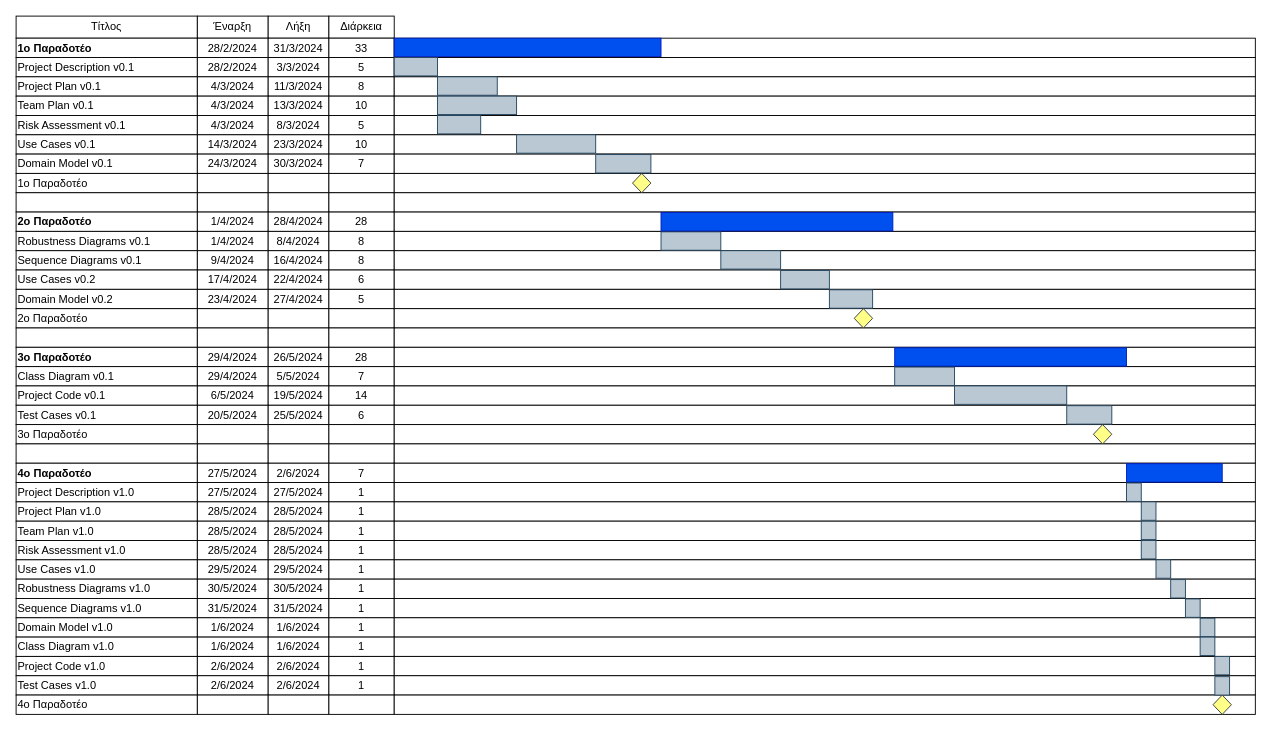
Earlier version of the draw.io diagram NOTES/TL-2024-Team-Plan-Gantt-time-v0.1.drawio (Nektar24/software-engineering). Source tidied: cells renumbered, new cells numbered last; positions are measured from the earlier drawing's top-left corner, leaving out a move shared by most shapes. Both pictures are drawn from the tidied source at 92%, with x=0, y=0 at pixel (16, 16).
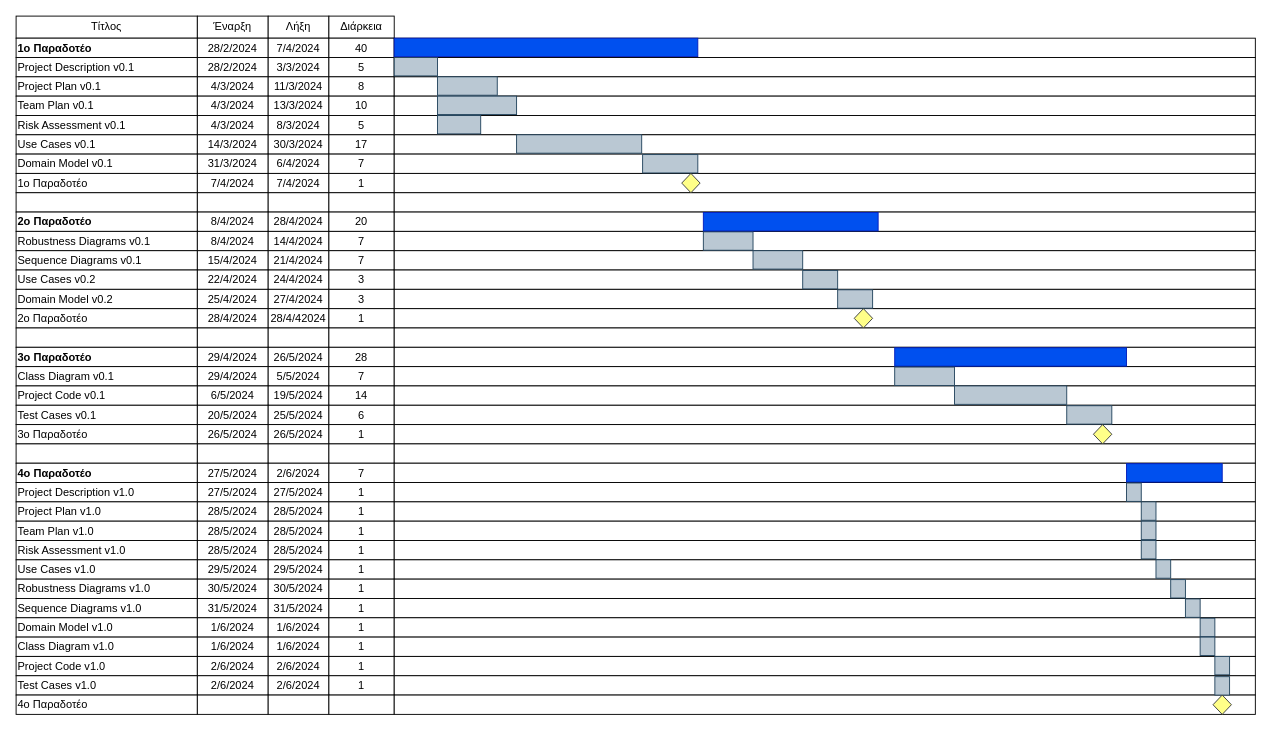
After the change.

Commit message (it also covers changes not shown here):
Gantt chart for team plan changed

Diff of the diagram source:
```diff
@@
-    <mxCell id="24" value="23/3/2024" style="rounded=0;whiteSpace=wrap;html=1;" parent="1" vertex="1">
+    <mxCell id="24" value="30/3/2024" style="rounded=0;whiteSpace=wrap;html=1;" parent="1" vertex="1">
       <mxGeometry x="274" y="129" width="66" height="21" as="geometry" />
     </mxCell>
-    <mxCell id="25" value="10" style="rounded=0;whiteSpace=wrap;html=1;" parent="1" vertex="1">
+    <mxCell id="25" value="17" style="rounded=0;whiteSpace=wrap;html=1;" parent="1" vertex="1">
       <mxGeometry x="340" y="129" width="71" height="21" as="geometry" />
     </mxCell>
@@
-    <mxCell id="27" value="24/3/2024" style="rounded=0;whiteSpace=wrap;html=1;" parent="1" vertex="1">
+    <mxCell id="27" value="31/3/2024" style="rounded=0;whiteSpace=wrap;html=1;" parent="1" vertex="1">
       <mxGeometry x="197" y="150" width="77" height="21" as="geometry" />
     </mxCell>
-    <mxCell id="28" value="30/3/2024" style="rounded=0;whiteSpace=wrap;html=1;" parent="1" vertex="1">
+    <mxCell id="28" value="6/4/2024" style="rounded=0;whiteSpace=wrap;html=1;" parent="1" vertex="1">
       <mxGeometry x="274" y="150" width="66" height="21" as="geometry" />
     </mxCell>
@@
-    <mxCell id="31" style="rounded=0;whiteSpace=wrap;html=1;" parent="1" vertex="1">
+    <mxCell id="31" value="7/4/2024" style="rounded=0;whiteSpace=wrap;html=1;" parent="1" vertex="1">
       <mxGeometry x="197" y="171" width="77" height="21" as="geometry" />
     </mxCell>
-    <mxCell id="32" style="rounded=0;whiteSpace=wrap;html=1;" parent="1" vertex="1">
+    <mxCell id="32" value="7/4/2024" style="rounded=0;whiteSpace=wrap;html=1;" parent="1" vertex="1">
       <mxGeometry x="274" y="171" width="66" height="21" as="geometry" />
     </mxCell>
-    <mxCell id="33" style="rounded=0;whiteSpace=wrap;html=1;" parent="1" vertex="1">
+    <mxCell id="33" value="1" style="rounded=0;whiteSpace=wrap;html=1;" parent="1" vertex="1">
       <mxGeometry x="340" y="171" width="71" height="21" as="geometry" />
     </mxCell>
@@
-    <mxCell id="39" value="1/4/2024" style="rounded=0;whiteSpace=wrap;html=1;" parent="1" vertex="1">
+    <mxCell id="39" value="8/4/2024" style="rounded=0;whiteSpace=wrap;html=1;" parent="1" vertex="1">
       <mxGeometry x="197" y="213" width="77" height="21" as="geometry" />
     </mxCell>
@@
-    <mxCell id="41" value="28" style="rounded=0;whiteSpace=wrap;html=1;" parent="1" vertex="1">
+    <mxCell id="41" value="20" style="rounded=0;whiteSpace=wrap;html=1;" parent="1" vertex="1">
       <mxGeometry x="340" y="213" width="71" height="21" as="geometry" />
     </mxCell>
@@
-    <mxCell id="43" value="1/4/2024" style="rounded=0;whiteSpace=wrap;html=1;" parent="1" vertex="1">
+    <mxCell id="43" value="8/4/2024" style="rounded=0;whiteSpace=wrap;html=1;" parent="1" vertex="1">
       <mxGeometry x="197" y="234" width="77" height="21" as="geometry" />
     </mxCell>
-    <mxCell id="44" value="8/4/2024" style="rounded=0;whiteSpace=wrap;html=1;" parent="1" vertex="1">
+    <mxCell id="44" value="14/4/2024" style="rounded=0;whiteSpace=wrap;html=1;" parent="1" vertex="1">
       <mxGeometry x="274" y="234" width="66" height="21" as="geometry" />
     </mxCell>
-    <mxCell id="45" value="8" style="rounded=0;whiteSpace=wrap;html=1;" parent="1" vertex="1">
+    <mxCell id="45" value="7" style="rounded=0;whiteSpace=wrap;html=1;" parent="1" vertex="1">
       <mxGeometry x="340" y="234" width="71" height="21" as="geometry" />
     </mxCell>
@@
-    <mxCell id="47" value="9/4/2024" style="rounded=0;whiteSpace=wrap;html=1;" parent="1" vertex="1">
+    <mxCell id="47" value="15/4/2024" style="rounded=0;whiteSpace=wrap;html=1;" parent="1" vertex="1">
       <mxGeometry x="197" y="255" width="77" height="21" as="geometry" />
     </mxCell>
-    <mxCell id="48" value="16/4/2024" style="rounded=0;whiteSpace=wrap;html=1;" parent="1" vertex="1">
+    <mxCell id="48" value="21/4/2024" style="rounded=0;whiteSpace=wrap;html=1;" parent="1" vertex="1">
       <mxGeometry x="274" y="255" width="66" height="21" as="geometry" />
     </mxCell>
-    <mxCell id="49" value="8" style="rounded=0;whiteSpace=wrap;html=1;" parent="1" vertex="1">
+    <mxCell id="49" value="7" style="rounded=0;whiteSpace=wrap;html=1;" parent="1" vertex="1">
       <mxGeometry x="340" y="255" width="71" height="21" as="geometry" />
     </mxCell>
@@
-    <mxCell id="51" value="17/4/2024" style="rounded=0;whiteSpace=wrap;html=1;" parent="1" vertex="1">
+    <mxCell id="51" value="22/4/2024" style="rounded=0;whiteSpace=wrap;html=1;" parent="1" vertex="1">
       <mxGeometry x="197" y="276" width="77" height="21" as="geometry" />
     </mxCell>
-    <mxCell id="52" value="22/4/2024" style="rounded=0;whiteSpace=wrap;html=1;" parent="1" vertex="1">
+    <mxCell id="52" value="24/4/2024" style="rounded=0;whiteSpace=wrap;html=1;" parent="1" vertex="1">
       <mxGeometry x="274" y="276" width="66" height="21" as="geometry" />
     </mxCell>
-    <mxCell id="53" value="6" style="rounded=0;whiteSpace=wrap;html=1;" parent="1" vertex="1">
+    <mxCell id="53" value="3" style="rounded=0;whiteSpace=wrap;html=1;" parent="1" vertex="1">
       <mxGeometry x="340" y="276" width="71" height="21" as="geometry" />
     </mxCell>
@@
-    <mxCell id="55" value="23/4/2024" style="rounded=0;whiteSpace=wrap;html=1;" parent="1" vertex="1">
+    <mxCell id="55" value="25/4/2024" style="rounded=0;whiteSpace=wrap;html=1;" parent="1" vertex="1">
       <mxGeometry x="197" y="297" width="77" height="21" as="geometry" />
     </mxCell>
@@
-    <mxCell id="57" value="5" style="rounded=0;whiteSpace=wrap;html=1;" parent="1" vertex="1">
+    <mxCell id="57" value="3" style="rounded=0;whiteSpace=wrap;html=1;" parent="1" vertex="1">
       <mxGeometry x="340" y="297" width="71" height="21" as="geometry" />
     </mxCell>
@@
-    <mxCell id="59" style="rounded=0;whiteSpace=wrap;html=1;" parent="1" vertex="1">
+    <mxCell id="59" value="28/4/2024" style="rounded=0;whiteSpace=wrap;html=1;" parent="1" vertex="1">
       <mxGeometry x="197" y="318" width="77" height="21" as="geometry" />
     </mxCell>
-    <mxCell id="60" style="rounded=0;whiteSpace=wrap;html=1;" parent="1" vertex="1">
+    <mxCell id="60" value="28/4/42024" style="rounded=0;whiteSpace=wrap;html=1;" parent="1" vertex="1">
       <mxGeometry x="274" y="318" width="66" height="21" as="geometry" />
     </mxCell>
-    <mxCell id="61" style="rounded=0;whiteSpace=wrap;html=1;" parent="1" vertex="1">
+    <mxCell id="61" value="1" style="rounded=0;whiteSpace=wrap;html=1;" parent="1" vertex="1">
       <mxGeometry x="340" y="318" width="71" height="21" as="geometry" />
     </mxCell>
@@
-    <mxCell id="103" value="31/3/2024" style="rounded=0;whiteSpace=wrap;html=1;" parent="1" vertex="1">
+    <mxCell id="103" value="7/4/2024" style="rounded=0;whiteSpace=wrap;html=1;" parent="1" vertex="1">
       <mxGeometry x="274" y="24" width="66" height="21" as="geometry" />
     </mxCell>
-    <mxCell id="104" value="33" style="rounded=0;whiteSpace=wrap;html=1;" parent="1" vertex="1">
+    <mxCell id="104" value="40" style="rounded=0;whiteSpace=wrap;html=1;" parent="1" vertex="1">
       <mxGeometry x="340" y="24" width="71" height="21" as="geometry" />
     </mxCell>
@@
-    <mxCell id="107" style="rounded=0;whiteSpace=wrap;html=1;" parent="1" vertex="1">
+    <mxCell id="107" value="26/5/2024" style="rounded=0;whiteSpace=wrap;html=1;" parent="1" vertex="1">
       <mxGeometry x="197" y="444" width="77" height="21" as="geometry" />
     </mxCell>
-    <mxCell id="108" style="rounded=0;whiteSpace=wrap;html=1;" parent="1" vertex="1">
+    <mxCell id="108" value="26/5/2024" style="rounded=0;whiteSpace=wrap;html=1;" parent="1" vertex="1">
       <mxGeometry x="274" y="444" width="66" height="21" as="geometry" />
     </mxCell>
-    <mxCell id="109" style="rounded=0;whiteSpace=wrap;html=1;" parent="1" vertex="1">
+    <mxCell id="109" value="1" style="rounded=0;whiteSpace=wrap;html=1;" parent="1" vertex="1">
       <mxGeometry x="340" y="444" width="71" height="21" as="geometry" />
     </mxCell>
@@
     <mxCell id="181" style="rounded=0;whiteSpace=wrap;html=1;fillColor=#0050ef;fontColor=#ffffff;strokeColor=#001DBC;" parent="1" vertex="1">
-      <mxGeometry x="411" y="24" width="290" height="20" as="geometry" />
+      <mxGeometry x="411" y="24" width="330" height="20" as="geometry" />
     </mxCell>
@@
     <mxCell id="183" style="rounded=0;whiteSpace=wrap;html=1;fillColor=#bac8d3;strokeColor=#23445d;" parent="1" vertex="1">
-      <mxGeometry x="701" y="234.5" width="65" height="20" as="geometry" />
+      <mxGeometry x="747" y="234.5" width="54" height="20" as="geometry" />
     </mxCell>
@@
     <mxCell id="186" style="rounded=0;whiteSpace=wrap;html=1;fillColor=#bac8d3;strokeColor=#23445d;" parent="1" vertex="1">
-      <mxGeometry x="544" y="129" width="86" height="20" as="geometry" />
+      <mxGeometry x="544" y="129" width="136" height="20" as="geometry" />
     </mxCell>
     <mxCell id="187" style="rounded=0;whiteSpace=wrap;html=1;fillColor=#bac8d3;strokeColor=#23445d;" parent="1" vertex="1">
-      <mxGeometry x="630" y="150.5" width="60" height="20" as="geometry" />
+      <mxGeometry x="681" y="150.5" width="60" height="20" as="geometry" />
     </mxCell>
     <mxCell id="188" style="rhombus;whiteSpace=wrap;html=1;fillColor=#ffff88;strokeColor=#36393d;" parent="1" vertex="1">
-      <mxGeometry x="670" y="171" width="20" height="21" as="geometry" />
+      <mxGeometry x="723.5" y="171" width="20" height="21" as="geometry" />
     </mxCell>
     <mxCell id="189" style="rounded=0;whiteSpace=wrap;html=1;fillColor=#0050ef;fontColor=#ffffff;strokeColor=#001DBC;" parent="1" vertex="1">
-      <mxGeometry x="701" y="213.5" width="252" height="20" as="geometry" />
+      <mxGeometry x="747" y="213.5" width="190" height="20" as="geometry" />
     </mxCell>
@@
-    <mxCell id="191" style="rounded=0;whiteSpace=wrap;html=1;fillColor=#bac8d3;strokeColor=#23445d;" parent="1" vertex="1">
-      <mxGeometry x="766" y="255" width="65" height="20" as="geometry" />
-    </mxCell>
     <mxCell id="192" style="rounded=0;whiteSpace=wrap;html=1;fillColor=#bac8d3;strokeColor=#23445d;" parent="1" vertex="1">
-      <mxGeometry x="831" y="276.5" width="53" height="20" as="geometry" />
+      <mxGeometry x="855" y="276.5" width="38" height="20" as="geometry" />
     </mxCell>
-    <mxCell id="193" style="rounded=0;whiteSpace=wrap;html=1;fillColor=#bac8d3;strokeColor=#23445d;" parent="1" vertex="1">
-      <mxGeometry x="884" y="297.5" width="47" height="20" as="geometry" />
-    </mxCell>
@@
+    <mxCell id="213" style="rounded=0;whiteSpace=wrap;html=1;fillColor=#bac8d3;strokeColor=#23445d;" parent="1" vertex="1">
+      <mxGeometry x="801" y="255" width="54" height="20" as="geometry" />
+    </mxCell>
+    <mxCell id="214" style="rounded=0;whiteSpace=wrap;html=1;fillColor=#bac8d3;strokeColor=#23445d;" parent="1" vertex="1">
+      <mxGeometry x="893" y="297.5" width="38" height="20" as="geometry" />
+    </mxCell>
```
